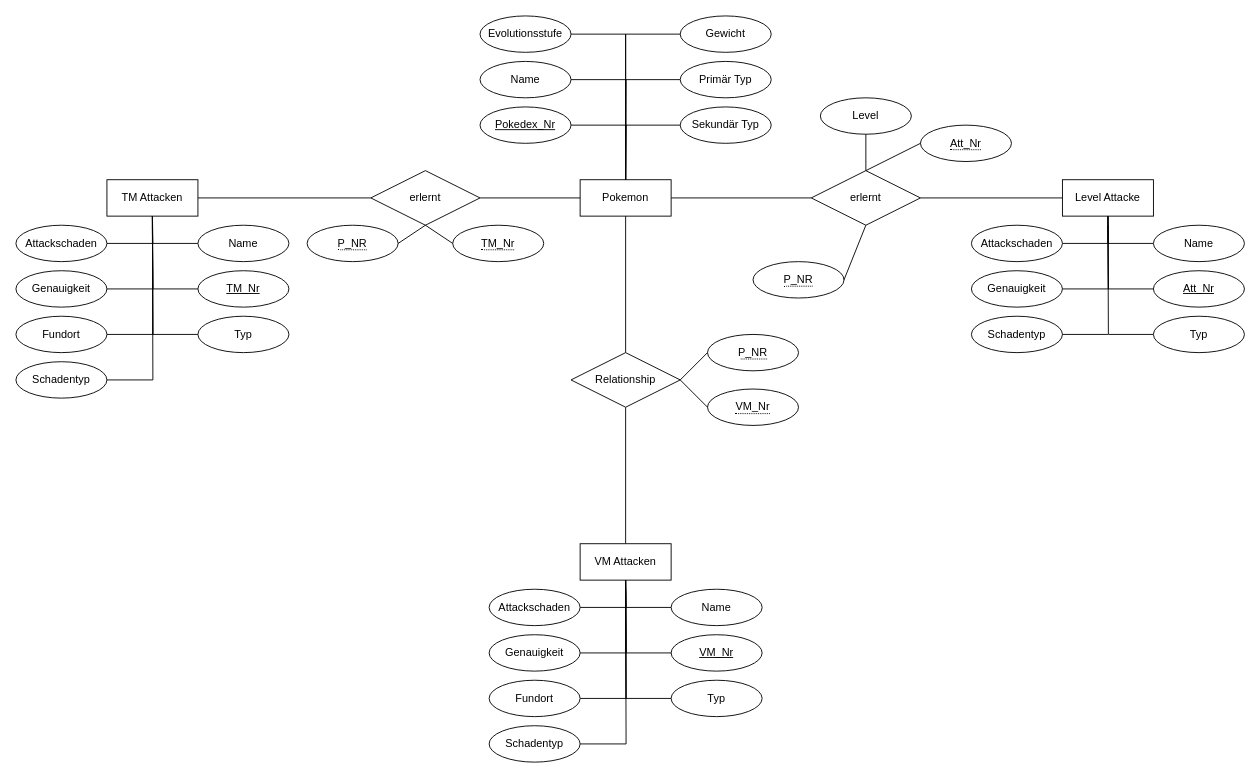
The draw.io diagram ERM/ERM Plan.drawio in Arratoi/Attackmon, before the edit. Source tidied: cells renumbered, new cells numbered last; positions are measured from the earlier drawing's top-left corner, leaving out a move shared by most shapes. Both pictures are drawn from the tidied source at 91%, with x=0, y=0 at pixel (15, 15).
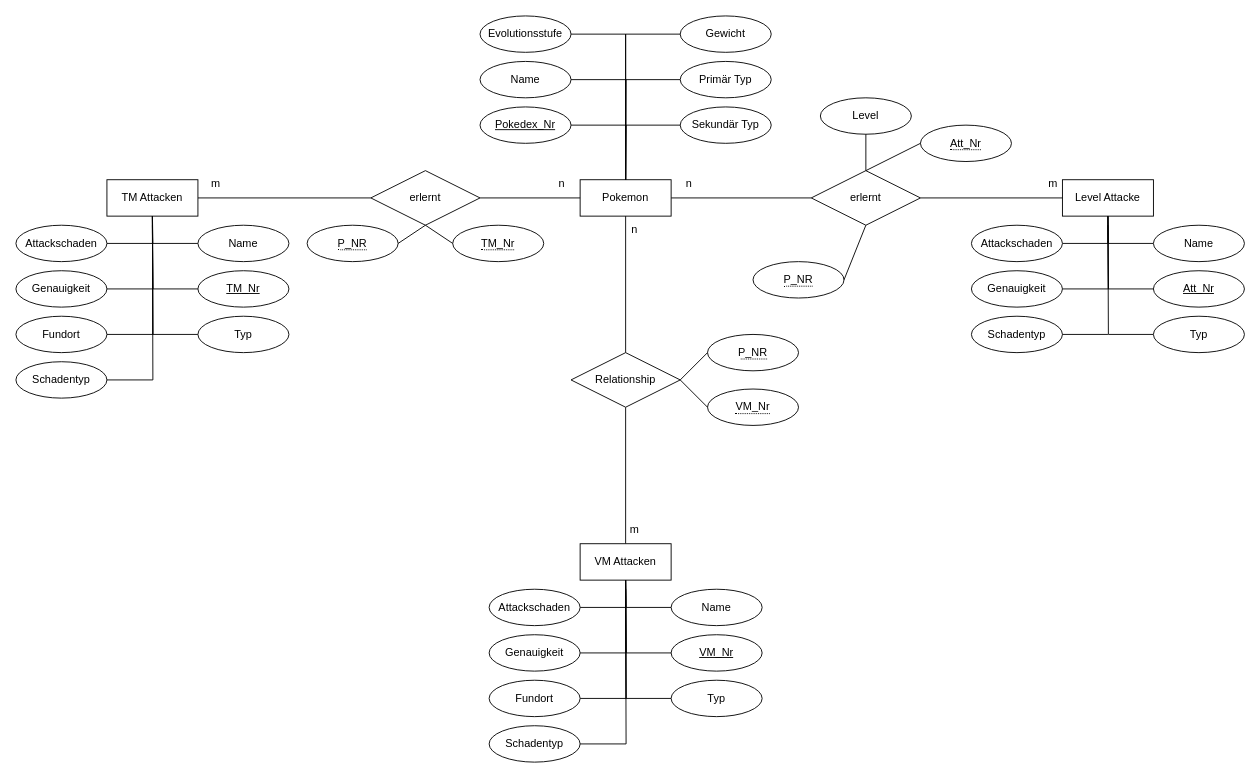
The same page after the edit.

Commit message (it also covers changes not shown here):
added relations to ERM

The edit, as a diff of the source:
```diff
@@
+    <mxCell id="81" value="m" style="text;html=1;whiteSpace=wrap;strokeColor=none;fillColor=none;align=center;verticalAlign=middle;rounded=0;" parent="1" vertex="1">
+      <mxGeometry x="190" y="170" width="60" height="30" as="geometry" />
+    </mxCell>
+    <mxCell id="82" value="m" style="text;html=1;whiteSpace=wrap;strokeColor=none;fillColor=none;align=center;verticalAlign=middle;rounded=0;" parent="1" vertex="1">
+      <mxGeometry x="650" y="550" width="60" height="30" as="geometry" />
+    </mxCell>
+    <mxCell id="83" value="m" style="text;html=1;whiteSpace=wrap;strokeColor=none;fillColor=none;align=center;verticalAlign=middle;rounded=0;" parent="1" vertex="1">
+      <mxGeometry x="1110" y="170" width="60" height="30" as="geometry" />
+    </mxCell>
+    <mxCell id="84" value="n" style="text;html=1;whiteSpace=wrap;strokeColor=none;fillColor=none;align=center;verticalAlign=middle;rounded=0;" parent="1" vertex="1">
+      <mxGeometry x="710" y="170" width="60" height="30" as="geometry" />
+    </mxCell>
+    <mxCell id="85" value="n" style="text;html=1;whiteSpace=wrap;strokeColor=none;fillColor=none;align=center;verticalAlign=middle;rounded=0;" parent="1" vertex="1">
+      <mxGeometry x="650" y="220" width="60" height="30" as="geometry" />
+    </mxCell>
+    <mxCell id="86" value="n" style="text;html=1;whiteSpace=wrap;strokeColor=none;fillColor=none;align=center;verticalAlign=middle;rounded=0;" parent="1" vertex="1">
+      <mxGeometry x="570" y="170" width="60" height="30" as="geometry" />
+    </mxCell>
```
